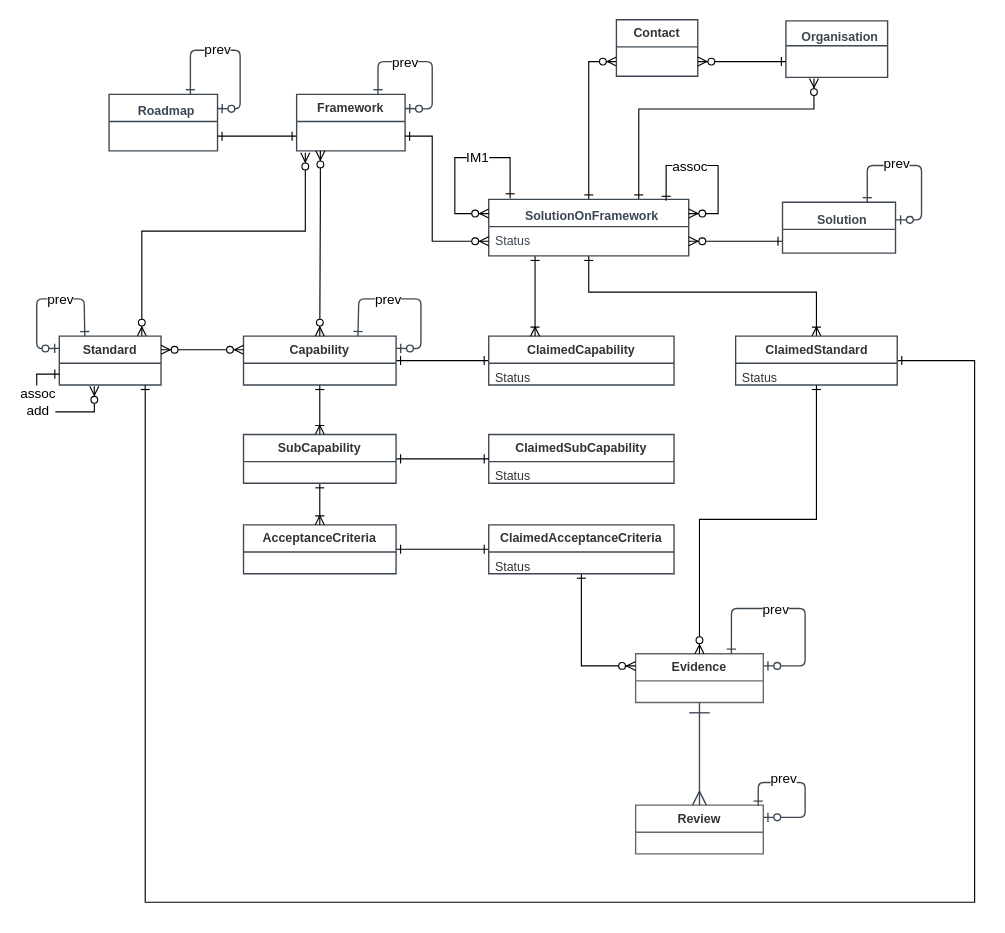
Earlier version of the draw.io diagram page "BC ERD" (1 of 9) of beta-private/api/NHSD.GPITF.BuyingCatalog/NHSD.GPITF.BuyingCatalog.Docs/BuyingCatalog.drawio (nhs-digital-gp-it-futures/NHSBuyingCatalogue). Source tidied: cells renumbered, new cells numbered last; positions are measured from the earlier drawing's top-left corner, leaving out a move shared by most shapes. Both pictures are drawn from the tidied source at 113%, with x=0, y=0 at pixel (36, 19).
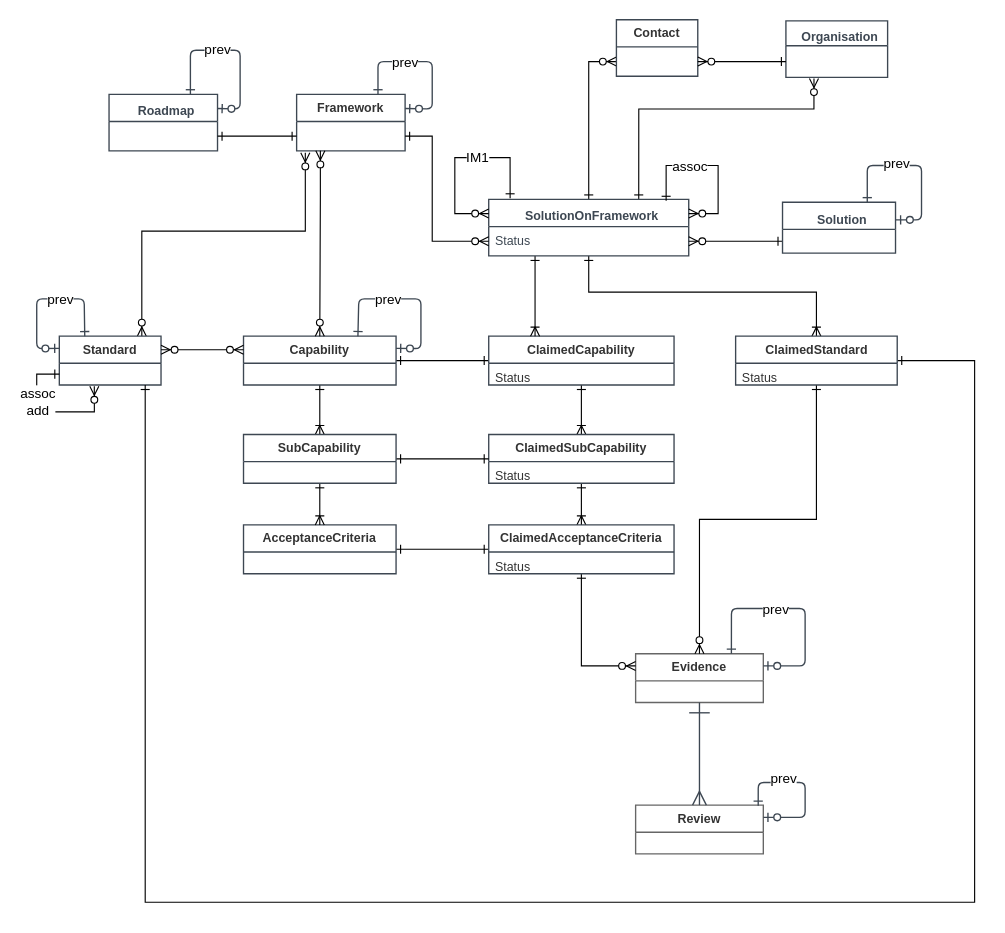
After the change.

Commit message:
- added capability multiplicity

Unchanged cells that the change refers to:
```xml
<mxCell id="8" value="ClaimedCapability" style="html=1;whiteSpace=wrap;swimlane;horizontal=1;swimlaneFillColor=#ffffff;startSize=24;strokeOpacity=100;fillOpacity=100;strokeColor=#3d4752;strokeWidth=1.2;fontSize=11;fontColor=#333333;align=center;fillColor=#ffffff;" parent="1" vertex="1">
  <mxGeometry x="400" y="280" width="164" height="43.2" as="geometry" />
</mxCell>
<mxCell id="59" value="ClaimedSubCapability" style="html=1;whiteSpace=wrap;swimlane;horizontal=1;swimlaneFillColor=#ffffff;startSize=24;strokeOpacity=100;fillOpacity=100;strokeColor=#3d4752;strokeWidth=1.2;fontSize=11;fontColor=#333333;align=center;fillColor=#ffffff;" parent="1" vertex="1">
  <mxGeometry x="400" y="367" width="164" height="43.2" as="geometry" />
</mxCell>
<mxCell id="62" value="ClaimedAcceptanceCriteria" style="html=1;whiteSpace=wrap;swimlane;horizontal=1;swimlaneFillColor=#ffffff;startSize=24;strokeOpacity=100;fillOpacity=100;strokeColor=#3d4752;strokeWidth=1.2;fontSize=11;fontColor=#333333;align=center;fillColor=#ffffff;" parent="1" vertex="1">
  <mxGeometry x="400" y="447" width="164" height="43.2" as="geometry" />
</mxCell>
```

What changed in the source:
```diff
@@
+    <mxCell id="80" style="edgeStyle=orthogonalEdgeStyle;rounded=0;jettySize=auto;html=1;entryX=0.5;entryY=0;entryDx=0;entryDy=0;startArrow=ERone;startFill=0;endArrow=ERoneToMany;endFill=0;" parent="1" edge="1" source="8" target="59">
+      <mxGeometry relative="1" as="geometry" />
+    </mxCell>
@@
+    <mxCell id="81" style="edgeStyle=orthogonalEdgeStyle;rounded=0;jettySize=auto;html=1;entryX=0.5;entryY=0;entryDx=0;entryDy=0;startArrow=ERone;startFill=0;endArrow=ERoneToMany;endFill=0;" parent="1" edge="1" source="59" target="62">
+      <mxGeometry relative="1" as="geometry" />
+    </mxCell>
```
